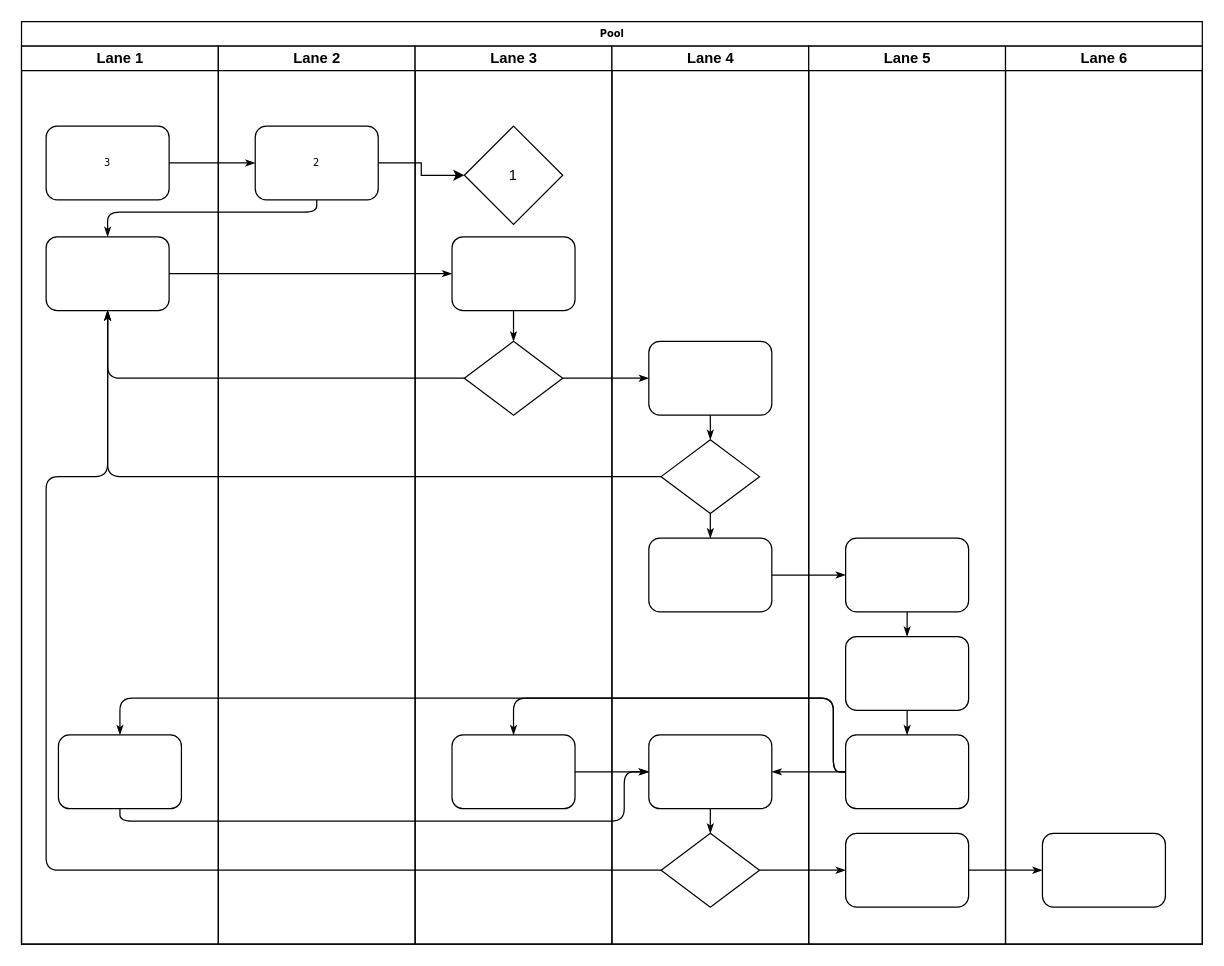
Before: 未命名绘图.drawio in alan1111/XiaoAn, a draw.io diagram. Source tidied: cells renumbered, new cells numbered last; positions are measured from the earlier drawing's top-left corner, leaving out a move shared by most shapes. Both pictures are drawn from the tidied source at 123%, with x=0, y=0 at pixel (21, 21).
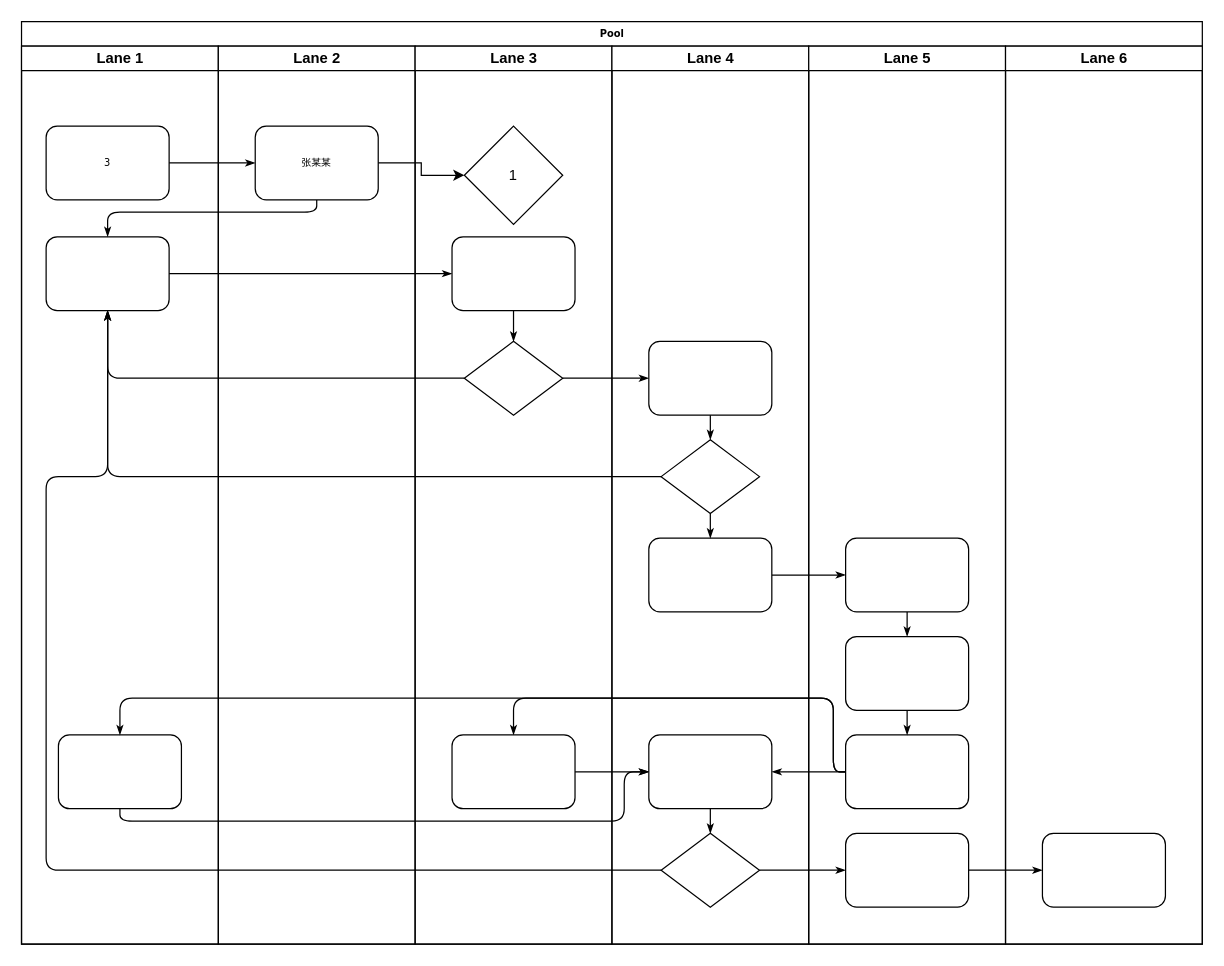
After the change.

Unchanged cells that the change refers to:
```xml
<mxCell id="22" value="Lane 2" style="swimlane;html=1;startSize=20;" parent="2" vertex="1">
  <mxGeometry x="160" y="20" width="160" height="730" as="geometry" />
</mxCell>
```

The edit, as a diff of the source:
```diff
@@
-    <mxCell id="23" value="2" style="rounded=1;whiteSpace=wrap;html=1;shadow=0;labelBackgroundColor=none;strokeWidth=1;fontFamily=Verdana;fontSize=8;align=center;" parent="22" vertex="1">
+    <mxCell id="23" value="张某某" style="rounded=1;whiteSpace=wrap;html=1;shadow=0;labelBackgroundColor=none;strokeWidth=1;fontFamily=Verdana;fontSize=8;align=center;" parent="22" vertex="1">
       <mxGeometry x="30" y="65" width="100" height="60" as="geometry" />
     </mxCell>
```
